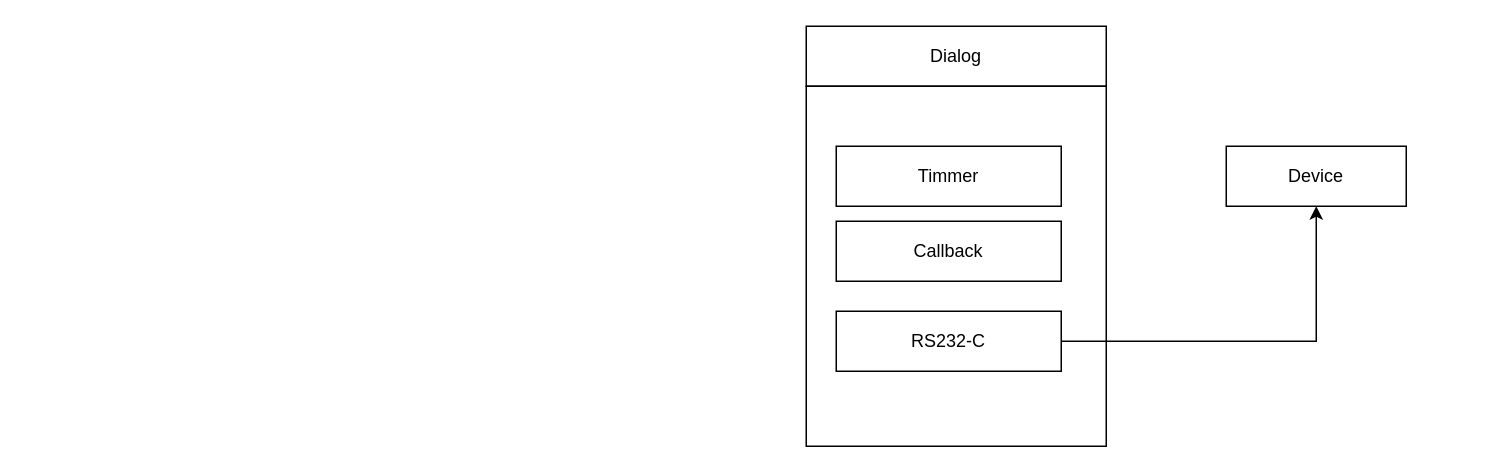
Earlier version of the draw.io diagram 제목 없는 다이어그램.drawio (climcity/design). Source tidied: cells renumbered, new cells numbered last; positions are measured from the earlier drawing's top-left corner, leaving out a move shared by most shapes. Both pictures are drawn from the tidied source at 150%, with x=0, y=0 at pixel (806, 26).
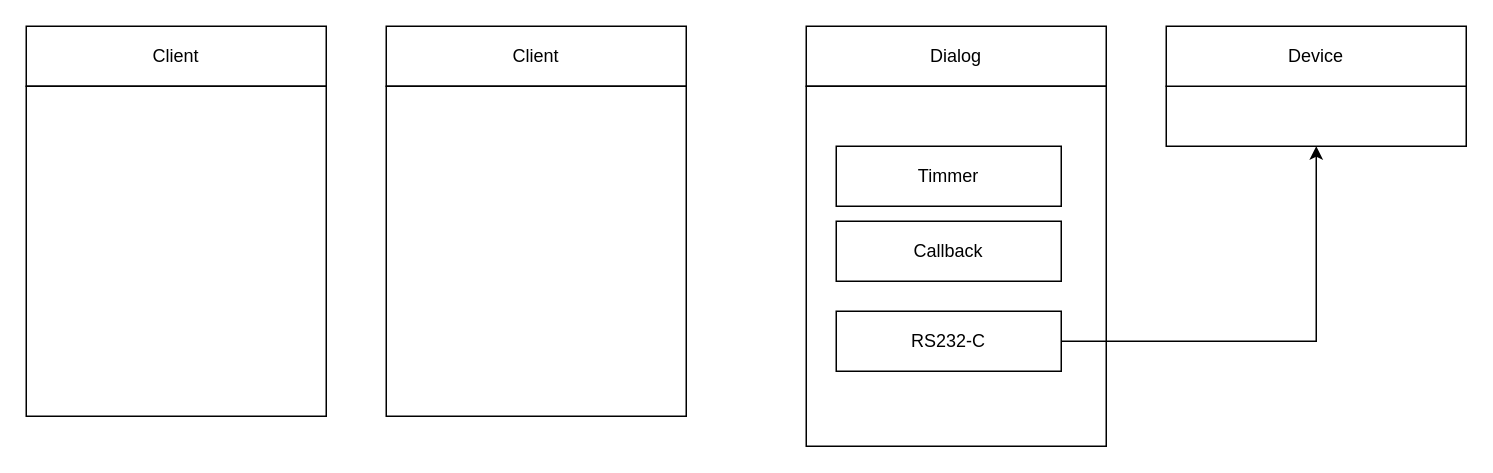
After the change.

Commit message (it also covers changes not shown here):
제목 없는 다이어그램.drawio 업데이트

What changed in the source:
```diff
@@
 <mxGraphModel>
   <root>
     <mxCell id="0" />
     <mxCell id="1" parent="0" />
     <mxCell id="2" value="Dialog" style="rounded=0;whiteSpace=wrap;html=1;" parent="1" vertex="1">
       <mxGeometry width="200" height="40" as="geometry" />
     </mxCell>
     <mxCell id="3" style="rounded=0;whiteSpace=wrap;html=1;" parent="1" vertex="1">
       <mxGeometry y="40" width="200" height="240" as="geometry" />
     </mxCell>
     <mxCell id="4" value="Timmer" style="rounded=0;whiteSpace=wrap;html=1;" parent="1" vertex="1">
       <mxGeometry x="20" y="80" width="150" height="40" as="geometry" />
     </mxCell>
     <mxCell id="5" value="Callback" style="rounded=0;whiteSpace=wrap;html=1;" parent="1" vertex="1">
       <mxGeometry x="20" y="130" width="150" height="40" as="geometry" />
     </mxCell>
-    <mxCell id="6" value="Device" style="rounded=0;whiteSpace=wrap;html=1;" parent="1" vertex="1">
-      <mxGeometry x="280" y="80" width="120" height="40" as="geometry" />
+    <mxCell id="6" style="rounded=0;whiteSpace=wrap;html=1;" parent="1" vertex="1">
+      <mxGeometry x="240" y="40" width="200" height="40" as="geometry" />
     </mxCell>
     <mxCell id="7" style="edgeStyle=orthogonalEdgeStyle;rounded=0;jettySize=auto;html=1;entryX=0.5;entryY=1;entryDx=0;entryDy=0;" parent="1" edge="1" source="8" target="6">
       <mxGeometry relative="1" as="geometry" />
     </mxCell>
     <mxCell id="8" value="RS232-C" style="rounded=0;whiteSpace=wrap;html=1;" parent="1" vertex="1">
       <mxGeometry x="20" y="190" width="150" height="40" as="geometry" />
     </mxCell>
+    <mxCell id="9" value="Device" style="rounded=0;whiteSpace=wrap;html=1;" parent="1" vertex="1">
+      <mxGeometry x="240" width="200" height="40" as="geometry" />
+    </mxCell>
+    <mxCell id="10" value="Client" style="rounded=0;whiteSpace=wrap;html=1;" parent="1" vertex="1">
+      <mxGeometry x="-520" width="200" height="40" as="geometry" />
+    </mxCell>
+    <mxCell id="11" style="rounded=0;whiteSpace=wrap;html=1;" parent="1" vertex="1">
+      <mxGeometry x="-520" y="40" width="200" height="220" as="geometry" />
+    </mxCell>
+    <mxCell id="12" value="Client" style="rounded=0;whiteSpace=wrap;html=1;" parent="1" vertex="1">
+      <mxGeometry x="-280" width="200" height="40" as="geometry" />
+    </mxCell>
+    <mxCell id="13" style="rounded=0;whiteSpace=wrap;html=1;" parent="1" vertex="1">
+      <mxGeometry x="-280" y="40" width="200" height="220" as="geometry" />
+    </mxCell>
   </root>
 </mxGraphModel>
```
